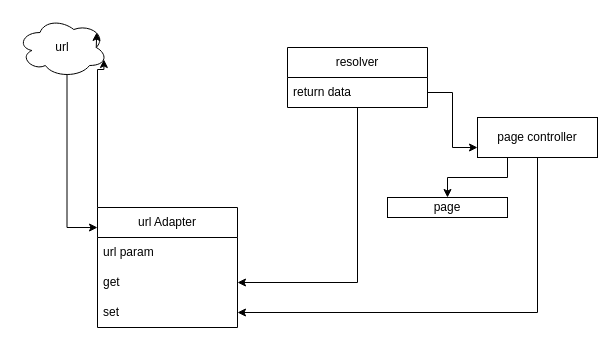
Before: url-adapter.drawio in Ftohtarek/digram, a draw.io diagram. Source tidied: cells renumbered, new cells numbered last; positions are measured from the earlier drawing's top-left corner, leaving out a move shared by most shapes. Both pictures are drawn from the tidied source at 100%, with x=0, y=0 at pixel (17, 17).
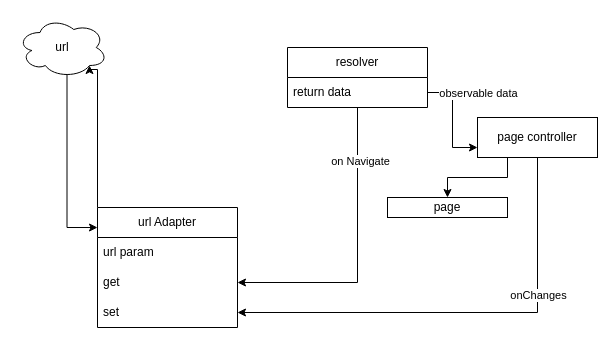
The same page after the edit.

Unchanged cells that the change refers to:
```xml
<mxCell id="3" value="url" style="ellipse;shape=cloud;whiteSpace=wrap;html=1;" parent="1" vertex="1">
  <mxGeometry width="90" height="60" as="geometry" />
</mxCell>
<mxCell id="6" value="url Adapter" style="swimlane;fontStyle=0;horizontal=1;startSize=30;whiteSpace=wrap;html=1;" parent="1" vertex="1">
  <mxGeometry x="80" y="190" width="140" height="120" as="geometry" />
</mxCell>
<mxCell id="11" style="edgeStyle=orthogonalEdgeStyle;rounded=0;jettySize=auto;html=1;entryX=1;entryY=0.5;entryDx=0;entryDy=0;" parent="1" edge="1" source="12" target="9">
  <mxGeometry relative="1" as="geometry" />
</mxCell>
<mxCell id="14" style="edgeStyle=orthogonalEdgeStyle;rounded=0;jettySize=auto;html=1;entryX=1;entryY=0.5;entryDx=0;entryDy=0;" parent="1" edge="1" source="15" target="8">
  <mxGeometry relative="1" as="geometry" />
</mxCell>
<mxCell id="17" style="edgeStyle=orthogonalEdgeStyle;rounded=0;jettySize=auto;html=1;entryX=0;entryY=0.75;entryDx=0;entryDy=0;" parent="1" edge="1" source="16" target="12">
  <mxGeometry relative="1" as="geometry" />
</mxCell>
```

What changed in the source:
```diff
@@
-    <mxCell id="5" style="edgeStyle=orthogonalEdgeStyle;rounded=0;jettySize=auto;html=1;entryX=0.96;entryY=0.7;entryDx=0;entryDy=0;entryPerimeter=0;exitX=0;exitY=0;exitDx=0;exitDy=0;" parent="1" edge="1" source="6" target="3">
+    <mxCell id="5" style="edgeStyle=orthogonalEdgeStyle;rounded=0;jettySize=auto;html=1;exitX=0;exitY=0;exitDx=0;exitDy=0;entryX=0.8;entryY=0.8;entryDx=0;entryDy=0;entryPerimeter=0;" parent="1" edge="1" source="6" target="3">
       <mxGeometry relative="1" as="geometry">
         <Array as="points">
           <mxPoint x="80" y="52" />
+          <mxPoint x="72" y="52" />
         </Array>
       </mxGeometry>
     </mxCell>
@@
+    <mxCell id="18" value="onChanges" style="edgeLabel;html=1;align=center;verticalAlign=middle;" parent="11" vertex="1">
+      <mxGeometry x="-0.4" relative="1" as="geometry" />
+    </mxCell>
@@
-    <mxCell id="13" style="edgeStyle=orthogonalEdgeStyle;rounded=0;orthogonalLoop=1;jettySize=auto;html=1;exitX=0.875;exitY=0.5;exitDx=0;exitDy=0;exitPerimeter=0;entryX=0.88;entryY=0.25;entryDx=0;entryDy=0;entryPerimeter=0;" parent="1" edge="1" source="3" target="3">
-      <mxGeometry relative="1" as="geometry" />
-    </mxCell>
@@
+    <mxCell id="19" value="on Navigate" style="edgeLabel;html=1;align=center;verticalAlign=middle;" parent="14" vertex="1">
+      <mxGeometry x="-0.64" y="2" relative="1" as="geometry" />
+    </mxCell>
@@
+    <mxCell id="20" value="observable data" style="edgeLabel;html=1;align=center;verticalAlign=middle;" parent="17" vertex="1">
+      <mxGeometry x="-0.29" relative="1" as="geometry">
+        <mxPoint x="25" y="-12" as="offset" />
+      </mxGeometry>
+    </mxCell>
```
